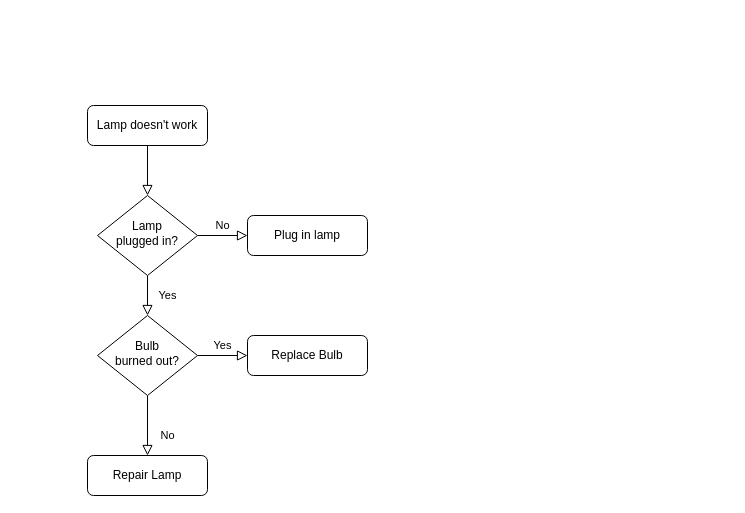
Earlier version of the draw.io diagram 三人拼车-发起拼车.drawio (huanglian666/flow-chart). Source tidied: cells renumbered, new cells numbered last; positions are measured from the earlier drawing's top-left corner, leaving out a move shared by most shapes. Both pictures are drawn from the tidied source at 100%, with x=0, y=0 at pixel (87, 105).
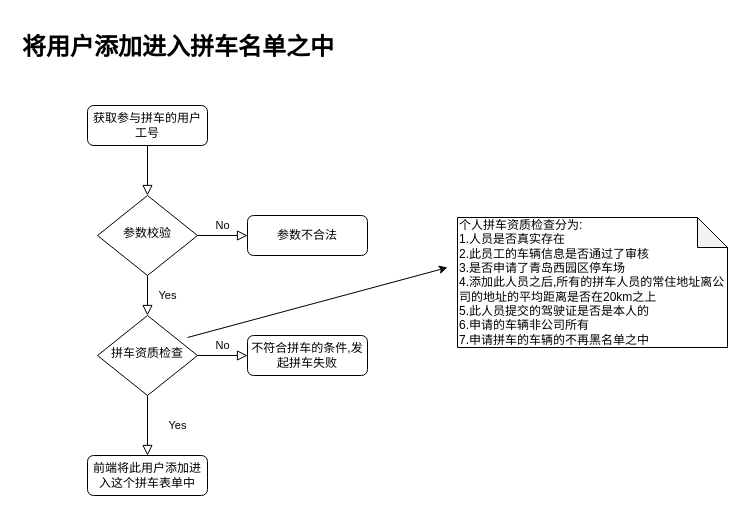
The same diagram, later.

Commit message:
更新三人拼车-发起拼车中的添加拼车人流程图.drawio

What changed in the source:
```diff
@@
 <mxGraphModel>
   <root>
     <mxCell id="0" />
     <mxCell id="1" parent="0" />
     <mxCell id="2" style="rounded=0;html=1;jettySize=auto;fontSize=11;endArrow=block;endFill=0;endSize=8;strokeWidth=1;shadow=0;labelBackgroundColor=none;edgeStyle=orthogonalEdgeStyle;" parent="1" edge="1" source="3" target="6">
       <mxGeometry relative="1" as="geometry" />
     </mxCell>
-    <mxCell id="3" value="Lamp doesn't work" style="rounded=1;whiteSpace=wrap;html=1;fontSize=12;glass=0;strokeWidth=1;shadow=0;" parent="1" vertex="1">
+    <mxCell id="3" value="获取参与拼车的用户工号" style="rounded=1;whiteSpace=wrap;html=1;fontSize=12;glass=0;strokeWidth=1;shadow=0;" parent="1" vertex="1">
       <mxGeometry width="120" height="40" as="geometry" />
     </mxCell>
     <mxCell id="4" value="Yes" style="rounded=0;html=1;jettySize=auto;fontSize=11;endArrow=block;endFill=0;endSize=8;strokeWidth=1;shadow=0;labelBackgroundColor=none;edgeStyle=orthogonalEdgeStyle;" parent="1" edge="1" source="6" target="10">
       <mxGeometry y="20" relative="1" as="geometry" />
     </mxCell>
     <mxCell id="5" value="No" style="edgeStyle=orthogonalEdgeStyle;rounded=0;html=1;jettySize=auto;fontSize=11;endArrow=block;endFill=0;endSize=8;strokeWidth=1;shadow=0;labelBackgroundColor=none;" parent="1" edge="1" source="6" target="7">
       <mxGeometry y="10" relative="1" as="geometry" />
     </mxCell>
-    <mxCell id="6" value="Lamp&lt;br&gt;plugged in?" style="rhombus;whiteSpace=wrap;html=1;shadow=0;fontFamily=Helvetica;fontSize=12;align=center;strokeWidth=1;spacing=6;spacingTop=-4;" parent="1" vertex="1">
+    <mxCell id="6" value="参数校验" style="rhombus;whiteSpace=wrap;html=1;shadow=0;fontFamily=Helvetica;fontSize=12;align=center;strokeWidth=1;spacing=6;spacingTop=-4;" parent="1" vertex="1">
       <mxGeometry x="10" y="90" width="100" height="80" as="geometry" />
     </mxCell>
-    <mxCell id="7" value="Plug in lamp" style="rounded=1;whiteSpace=wrap;html=1;fontSize=12;glass=0;strokeWidth=1;shadow=0;" parent="1" vertex="1">
+    <mxCell id="7" value="参数不合法" style="rounded=1;whiteSpace=wrap;html=1;fontSize=12;glass=0;strokeWidth=1;shadow=0;" parent="1" vertex="1">
       <mxGeometry x="160" y="110" width="120" height="40" as="geometry" />
     </mxCell>
-    <mxCell id="8" value="No" style="rounded=0;html=1;jettySize=auto;fontSize=11;endArrow=block;endFill=0;endSize=8;strokeWidth=1;shadow=0;labelBackgroundColor=none;edgeStyle=orthogonalEdgeStyle;" parent="1" edge="1" source="10" target="11">
-      <mxGeometry x="0.33" y="20" relative="1" as="geometry" />
+    <mxCell id="8" value="Yes" style="rounded=0;html=1;jettySize=auto;fontSize=11;endArrow=block;endFill=0;endSize=8;strokeWidth=1;shadow=0;labelBackgroundColor=none;edgeStyle=orthogonalEdgeStyle;" parent="1" edge="1" source="10" target="11">
+      <mxGeometry y="30" relative="1" as="geometry" />
     </mxCell>
-    <mxCell id="9" value="Yes" style="edgeStyle=orthogonalEdgeStyle;rounded=0;html=1;jettySize=auto;fontSize=11;endArrow=block;endFill=0;endSize=8;strokeWidth=1;shadow=0;labelBackgroundColor=none;" parent="1" edge="1" source="10" target="12">
+    <mxCell id="9" value="No" style="edgeStyle=orthogonalEdgeStyle;rounded=0;html=1;jettySize=auto;fontSize=11;endArrow=block;endFill=0;endSize=8;strokeWidth=1;shadow=0;labelBackgroundColor=none;" parent="1" edge="1" source="10" target="12">
       <mxGeometry y="10" relative="1" as="geometry" />
     </mxCell>
-    <mxCell id="10" value="Bulb&lt;br&gt;burned out?" style="rhombus;whiteSpace=wrap;html=1;shadow=0;fontFamily=Helvetica;fontSize=12;align=center;strokeWidth=1;spacing=6;spacingTop=-4;" parent="1" vertex="1">
+    <mxCell id="10" value="拼车资质检查" style="rhombus;whiteSpace=wrap;html=1;shadow=0;fontFamily=Helvetica;fontSize=12;align=center;strokeWidth=1;spacing=6;spacingTop=-4;" parent="1" vertex="1">
       <mxGeometry x="10" y="210" width="100" height="80" as="geometry" />
     </mxCell>
-    <mxCell id="11" value="Repair Lamp" style="rounded=1;whiteSpace=wrap;html=1;fontSize=12;glass=0;strokeWidth=1;shadow=0;" parent="1" vertex="1">
+    <mxCell id="11" value="前端将此用户添加进入这个拼车表单中" style="rounded=1;whiteSpace=wrap;html=1;fontSize=12;glass=0;strokeWidth=1;shadow=0;" parent="1" vertex="1">
       <mxGeometry y="350" width="120" height="40" as="geometry" />
     </mxCell>
-    <mxCell id="12" value="Replace Bulb" style="rounded=1;whiteSpace=wrap;html=1;fontSize=12;glass=0;strokeWidth=1;shadow=0;" parent="1" vertex="1">
+    <mxCell id="12" value="不符合拼车的条件,发起拼车失败" style="rounded=1;whiteSpace=wrap;html=1;fontSize=12;glass=0;strokeWidth=1;shadow=0;" parent="1" vertex="1">
       <mxGeometry x="160" y="230" width="120" height="40" as="geometry" />
     </mxCell>
+    <mxCell id="13" value="&lt;h1&gt;将用户添加进入拼车名单之中&lt;/h1&gt;" style="text;html=1;strokeColor=none;fillColor=none;spacing=5;spacingTop=-20;whiteSpace=wrap;overflow=hidden;rounded=0;" parent="1" vertex="1">
+      <mxGeometry x="-70" y="-78" width="510" height="50" as="geometry" />
+    </mxCell>
+    <mxCell id="14" value="个人拼车资质检查分为:&lt;br&gt;1.人员是否真实存在&lt;br&gt;&lt;div style=&quot;&quot;&gt;&lt;span style=&quot;background-color: initial;&quot;&gt;2.此员工的车辆信息是否通过了审核&lt;/span&gt;&lt;/div&gt;&lt;div style=&quot;&quot;&gt;&lt;span style=&quot;background-color: initial;&quot;&gt;3.是否申请了青岛西园区停车场&lt;/span&gt;&lt;/div&gt;&lt;div style=&quot;&quot;&gt;&lt;span style=&quot;background-color: initial;&quot;&gt;4.添加此人员之后,所有的拼车人员的常住地址离公司的地址的平均距离是否在20km之上&lt;/span&gt;&lt;/div&gt;&lt;div style=&quot;&quot;&gt;&lt;span style=&quot;background-color: initial;&quot;&gt;5.此人员提交的驾驶证是否是本人的&lt;/span&gt;&lt;/div&gt;&lt;div style=&quot;&quot;&gt;&lt;span style=&quot;background-color: initial;&quot;&gt;6.申请的车辆非公司所有&lt;/span&gt;&lt;/div&gt;&lt;div style=&quot;&quot;&gt;&lt;span style=&quot;background-color: initial;&quot;&gt;7.申请拼车的车辆的不再黑名单之中&lt;/span&gt;&lt;/div&gt;" style="shape=note;whiteSpace=wrap;html=1;backgroundOutline=1;darkOpacity=0.05;align=left;" parent="1" vertex="1">
+      <mxGeometry x="370" y="112" width="270" height="130" as="geometry" />
+    </mxCell>
+    <mxCell id="15" style="endArrow=classic;html=1;rounded=0;" parent="1" edge="1">
+      <mxGeometry relative="1" as="geometry">
+        <mxPoint x="100" y="232" as="sourcePoint" />
+        <mxPoint x="360" y="162" as="targetPoint" />
+      </mxGeometry>
+    </mxCell>
   </root>
 </mxGraphModel>
```
